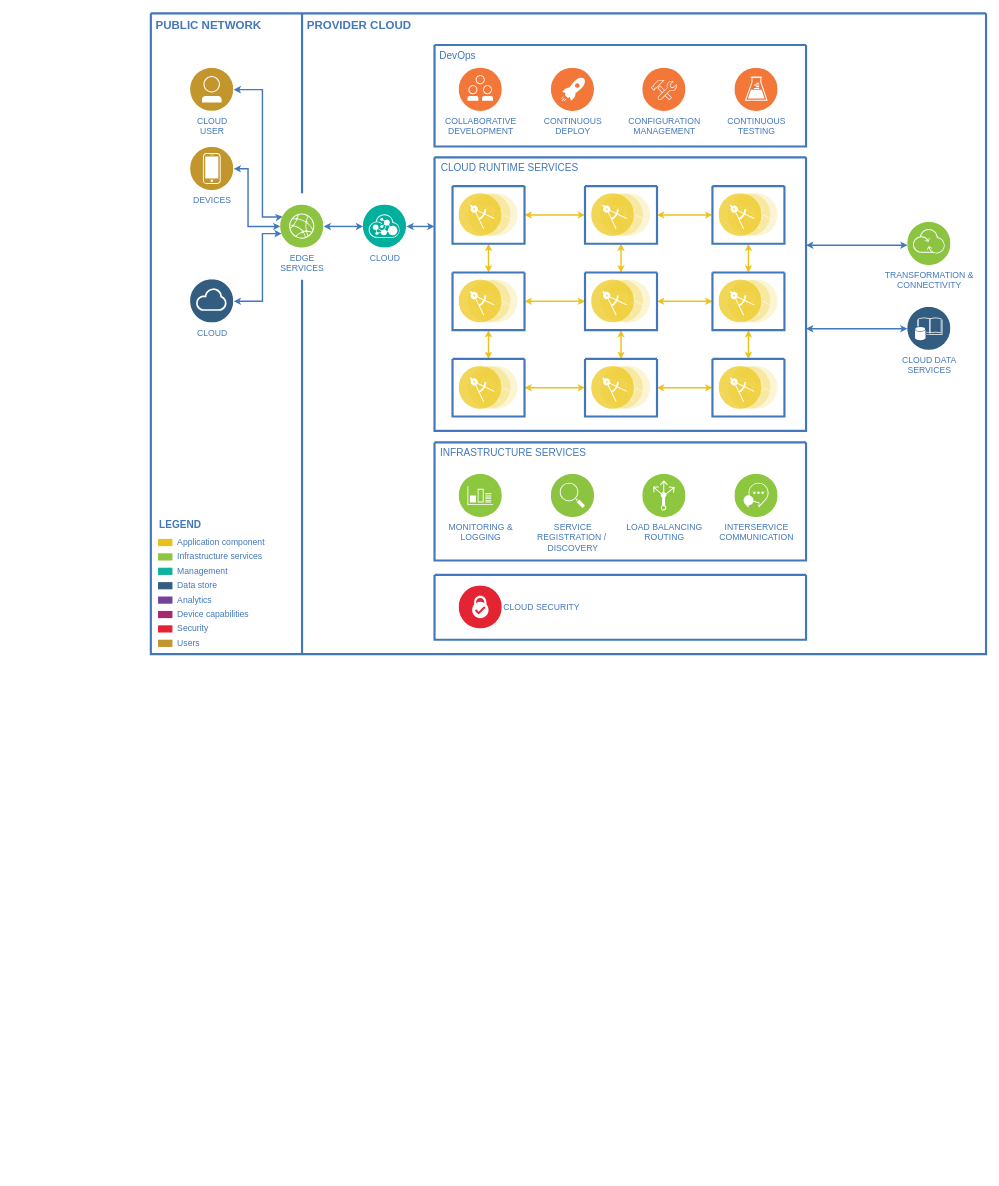
Earlier version of the draw.io diagram ceposto.drawio (decimo-digital/ceposto-app). Source tidied: cells renumbered, new cells numbered last; positions are measured from the earlier drawing's top-left corner, leaving out a move shared by most shapes. Both pictures are drawn from the tidied source at 72%, with x=0, y=0 at pixel (150, 13).
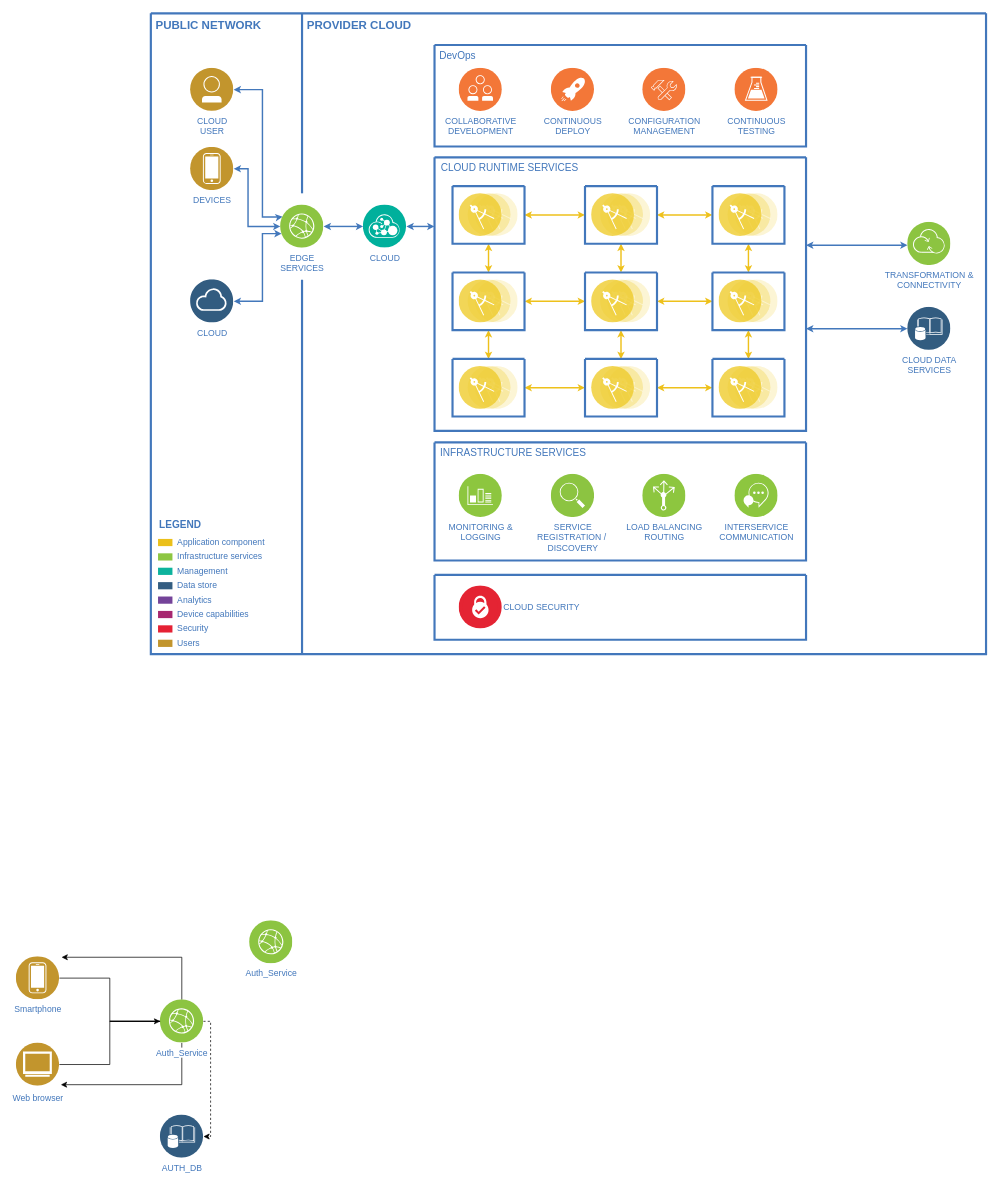
Above is the later version.

Commit message:
Inizio creazione architettura

What changed in the source:
```diff
@@
+    <mxCell id="76" style="edgeStyle=orthogonalEdgeStyle;rounded=0;jettySize=auto;html=1;entryX=0;entryY=0.5;entryDx=0;entryDy=0;" parent="1" edge="1" source="77" target="83">
+      <mxGeometry relative="1" as="geometry" />
+    </mxCell>
+    <mxCell id="77" value="Smartphone" style="perimeter=ellipsePerimeter;html=1;align=center;shadow=0;dashed=0;image;image=img/lib/ibm/users/device.svg;labelBackgroundColor=#ffffff;strokeColor=#666666;strokeWidth=3;fillColor=#C2952D;gradientColor=none;fontSize=12;fontColor=#4277BB;" parent="1" vertex="1">
+      <mxGeometry x="-187" y="1310" width="60" height="60" as="geometry" />
+    </mxCell>
+    <mxCell id="78" style="edgeStyle=orthogonalEdgeStyle;rounded=0;jettySize=auto;html=1;startArrow=none;" parent="1" edge="1" source="83">
+      <mxGeometry relative="1" as="geometry">
+        <mxPoint x="73" y="1400" as="targetPoint" />
+        <Array as="points">
+          <mxPoint x="-57" y="1400" />
+        </Array>
+      </mxGeometry>
+    </mxCell>
+    <mxCell id="79" value="Web browser" style="perimeter=ellipsePerimeter;html=1;align=center;shadow=0;dashed=0;fontColor=#4277BB;labelBackgroundColor=#ffffff;fontSize=12;spacingTop=3;image;image=img/lib/ibm/users/browser.svg;" parent="1" vertex="1">
+      <mxGeometry x="-187" y="1430" width="60" height="60" as="geometry" />
+    </mxCell>
+    <mxCell id="80" style="edgeStyle=orthogonalEdgeStyle;rounded=0;jettySize=auto;html=1;entryX=1.033;entryY=0.967;entryDx=0;entryDy=0;entryPerimeter=0;" parent="1" edge="1" source="83" target="79">
+      <mxGeometry relative="1" as="geometry">
+        <Array as="points">
+          <mxPoint x="43" y="1488" />
+        </Array>
+      </mxGeometry>
+    </mxCell>
+    <mxCell id="81" style="edgeStyle=orthogonalEdgeStyle;rounded=0;jettySize=auto;html=1;entryX=1.05;entryY=0.017;entryDx=0;entryDy=0;entryPerimeter=0;" parent="1" edge="1" source="83" target="77">
+      <mxGeometry relative="1" as="geometry">
+        <Array as="points">
+          <mxPoint x="43" y="1311" />
+        </Array>
+      </mxGeometry>
+    </mxCell>
+    <mxCell id="82" style="edgeStyle=orthogonalEdgeStyle;rounded=0;jettySize=auto;html=1;dashed=1;" parent="1" edge="1" source="83" target="86">
+      <mxGeometry relative="1" as="geometry">
+        <Array as="points">
+          <mxPoint x="83" y="1400" />
+          <mxPoint x="83" y="1560" />
+        </Array>
+      </mxGeometry>
+    </mxCell>
+    <mxCell id="83" value="Auth_Service" style="perimeter=ellipsePerimeter;html=1;align=center;shadow=0;dashed=0;image;image=img/lib/ibm/infrastructure/edge_services.svg;labelBackgroundColor=#ffffff;strokeColor=#666666;strokeWidth=3;fillColor=#C2952D;gradientColor=none;fontSize=12;fontColor=#4277BB;" parent="1" vertex="1">
+      <mxGeometry x="13" y="1370" width="60" height="60" as="geometry" />
+    </mxCell>
+    <mxCell id="84" style="edgeStyle=orthogonalEdgeStyle;rounded=0;jettySize=auto;html=1;endArrow=none;" parent="1" edge="1" source="79" target="83">
+      <mxGeometry relative="1" as="geometry">
+        <Array as="points">
+          <mxPoint x="-57" y="1460" />
+        </Array>
+      </mxGeometry>
+    </mxCell>
+    <mxCell id="85" value="Auth_Service" style="perimeter=ellipsePerimeter;html=1;align=center;shadow=0;dashed=0;image;image=img/lib/ibm/infrastructure/edge_services.svg;labelBackgroundColor=#ffffff;strokeColor=#666666;strokeWidth=3;fillColor=#C2952D;gradientColor=none;fontSize=12;fontColor=#4277BB;" parent="1" vertex="1">
+      <mxGeometry x="137" y="1260" width="60" height="60" as="geometry" />
+    </mxCell>
+    <mxCell id="86" value="AUTH_DB" style="perimeter=ellipsePerimeter;html=1;align=center;shadow=0;dashed=0;image;image=img/lib/ibm/data/enterprise_data.svg;labelBackgroundColor=#ffffff;strokeColor=#666666;strokeWidth=3;fillColor=#C2952D;gradientColor=none;fontSize=12;fontColor=#4277BB;" parent="1" vertex="1">
+      <mxGeometry x="13" y="1530" width="60" height="60" as="geometry" />
+    </mxCell>
```
